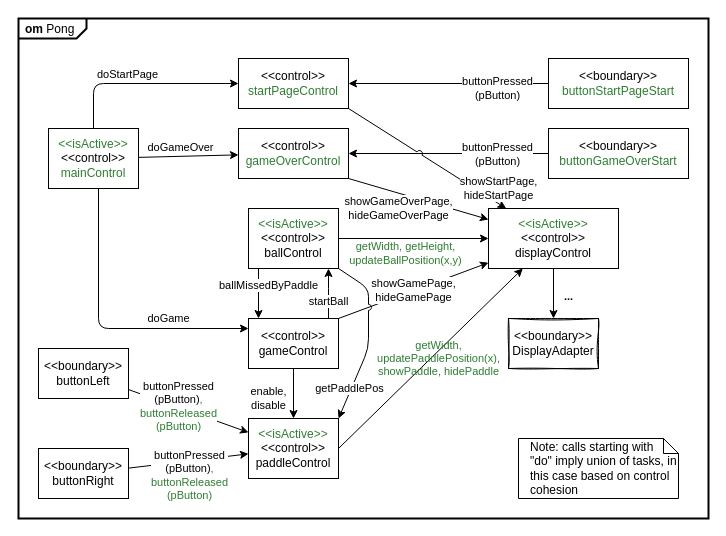
Earlier version of the draw.io diagram page "OM" (3 of 11) of apps/pong_simple/models/drawio/pong_cg.drawio (nepbuur1/test_lasergame_2_rework_CleanGUI_godmode). Source tidied: cells renumbered, new cells numbered last; positions are measured from the earlier drawing's top-left corner, leaving out a move shared by most shapes. Both pictures are drawn from the tidied source at 100%, with x=0, y=0 at pixel (18, 18).
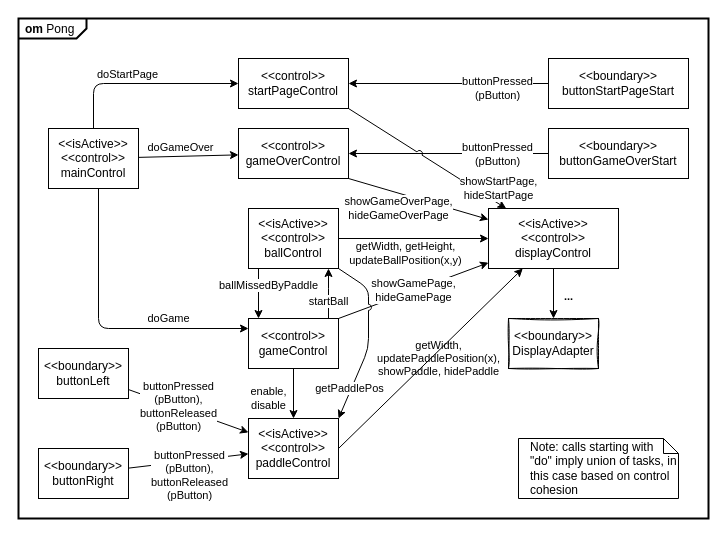
The same page after the edit.

The change refers to these unchanged cells:
```xml
<mxCell id="6" value="&amp;lt;&amp;lt;boundary&amp;gt;&amp;gt;&lt;br&gt;buttonLeft" style="rounded=0;whiteSpace=wrap;html=1;" parent="1" vertex="1">
  <mxGeometry x="20" y="330" width="90" height="50" as="geometry" />
</mxCell>
<mxCell id="7" value="&amp;lt;&amp;lt;boundary&amp;gt;&amp;gt;&lt;br&gt;buttonRight" style="rounded=0;whiteSpace=wrap;html=1;" parent="1" vertex="1">
  <mxGeometry x="20" y="430" width="90" height="50" as="geometry" />
</mxCell>
```

Diff of the diagram source:
```diff
@@
-    <mxCell id="10" value="&lt;font color=&quot;#2e7d32&quot;&gt;&amp;lt;&amp;lt;isActive&amp;gt;&amp;gt;&lt;br&gt;&lt;/font&gt;&amp;lt;&amp;lt;control&amp;gt;&amp;gt;&lt;br&gt;ballControl" style="rounded=0;whiteSpace=wrap;html=1;" parent="1" vertex="1">
+    <mxCell id="10" value="&lt;font&gt;&amp;lt;&amp;lt;isActive&amp;gt;&amp;gt;&lt;br&gt;&lt;/font&gt;&amp;lt;&amp;lt;control&amp;gt;&amp;gt;&lt;br&gt;ballControl" style="rounded=0;whiteSpace=wrap;html=1;" parent="1" vertex="1">
       <mxGeometry x="230" y="190" width="90" height="60" as="geometry" />
     </mxCell>
-    <mxCell id="11" value="&lt;font color=&quot;#2e7d32&quot;&gt;&amp;lt;&amp;lt;isActive&amp;gt;&amp;gt;&lt;br&gt;&lt;/font&gt;&amp;lt;&amp;lt;control&amp;gt;&amp;gt;&lt;br&gt;displayControl" style="rounded=0;whiteSpace=wrap;html=1;" parent="1" vertex="1">
+    <mxCell id="11" value="&lt;font&gt;&amp;lt;&amp;lt;isActive&amp;gt;&amp;gt;&lt;br&gt;&lt;/font&gt;&amp;lt;&amp;lt;control&amp;gt;&amp;gt;&lt;br&gt;displayControl" style="rounded=0;whiteSpace=wrap;html=1;" parent="1" vertex="1">
       <mxGeometry x="470" y="190" width="130" height="60" as="geometry" />
     </mxCell>
@@
-    <mxCell id="13" value="&lt;font color=&quot;#2e7d32&quot;&gt;&amp;lt;&amp;lt;isActive&amp;gt;&amp;gt;&lt;br&gt;&lt;/font&gt;&amp;lt;&amp;lt;control&amp;gt;&amp;gt;&lt;br&gt;paddleControl" style="rounded=0;whiteSpace=wrap;html=1;" parent="1" vertex="1">
+    <mxCell id="13" value="&lt;font&gt;&amp;lt;&amp;lt;isActive&amp;gt;&amp;gt;&lt;br&gt;&lt;/font&gt;&amp;lt;&amp;lt;control&amp;gt;&amp;gt;&lt;br&gt;paddleControl" style="rounded=0;whiteSpace=wrap;html=1;" parent="1" vertex="1">
       <mxGeometry x="230" y="400" width="90" height="60" as="geometry" />
     </mxCell>
-    <mxCell id="14" value="buttonPressed&lt;br style=&quot;border-color: var(--border-color);&quot;&gt;(pButton)&lt;font color=&quot;#2e7d32&quot;&gt;,&lt;br&gt;buttonReleased&lt;br&gt;(pButton)&lt;/font&gt;" style="rounded=1;jettySize=auto;html=1;" parent="1" edge="1" source="6" target="13">
+    <mxCell id="14" value="buttonPressed&lt;br style=&quot;border-color: var(--border-color);&quot;&gt;(pButton)&lt;font&gt;,&lt;br&gt;buttonReleased&lt;br&gt;(pButton)&lt;/font&gt;" style="rounded=1;jettySize=auto;html=1;" parent="1" edge="1" source="6" target="13">
       <mxGeometry x="-0.17" y="1" relative="1" as="geometry" />
     </mxCell>
-    <mxCell id="15" value="buttonPressed&lt;br style=&quot;border-color: var(--border-color);&quot;&gt;(pButton)&lt;font color=&quot;#2e7d32&quot;&gt;,&lt;br&gt;buttonReleased&lt;br&gt;(pButton)&lt;/font&gt;" style="rounded=1;jettySize=auto;html=1;" parent="1" edge="1" source="7" target="13">
+    <mxCell id="15" value="buttonPressed&lt;br style=&quot;border-color: var(--border-color);&quot;&gt;(pButton)&lt;font&gt;,&lt;br&gt;buttonReleased&lt;br&gt;(pButton)&lt;/font&gt;" style="rounded=1;jettySize=auto;html=1;" parent="1" edge="1" source="7" target="13">
       <mxGeometry y="-15" relative="1" as="geometry" />
     </mxCell>
-    <mxCell id="16" value="&lt;font color=&quot;#2e7d32&quot;&gt;getWidth, getHeight,&lt;br&gt;updateBallPosition(x,y)&lt;/font&gt;" style="rounded=0;jettySize=auto;html=1;labelBackgroundColor=none;" parent="1" edge="1" source="10" target="11">
+    <mxCell id="16" value="&lt;font&gt;getWidth, getHeight,&lt;br&gt;updateBallPosition(x,y)&lt;/font&gt;" style="rounded=0;jettySize=auto;html=1;labelBackgroundColor=none;" parent="1" edge="1" source="10" target="11">
       <mxGeometry x="-0.11" y="-15" relative="1" as="geometry" />
     </mxCell>
-    <mxCell id="17" value="&lt;font color=&quot;#2e7d32&quot;&gt;getWidth,&lt;br&gt;updatePaddlePosition(x),&lt;br&gt;showPaddle, hidePaddle&lt;/font&gt;" style="rounded=0;jettySize=auto;html=1;labelBackgroundColor=none;exitX=1;exitY=0.5;exitDx=0;exitDy=0;" parent="1" edge="1" source="13" target="11">
+    <mxCell id="17" value="&lt;font&gt;getWidth,&lt;br&gt;updatePaddlePosition(x),&lt;br&gt;showPaddle, hidePaddle&lt;/font&gt;" style="rounded=0;jettySize=auto;html=1;labelBackgroundColor=none;exitX=1;exitY=0.5;exitDx=0;exitDy=0;" parent="1" edge="1" source="13" target="11">
       <mxGeometry x="0.04" y="-5" relative="1" as="geometry">
         <mxPoint x="1" as="offset" />
       </mxGeometry>
     </mxCell>
@@
-    <mxCell id="21" value="&lt;font color=&quot;#2e7d32&quot;&gt;&amp;lt;&amp;lt;isActive&amp;gt;&amp;gt;&lt;br&gt;&lt;/font&gt;&amp;lt;&amp;lt;control&amp;gt;&amp;gt;&lt;br&gt;&lt;font color=&quot;#2e7d32&quot;&gt;mainControl&lt;/font&gt;" style="rounded=0;whiteSpace=wrap;html=1;" parent="1" vertex="1">
+    <mxCell id="21" value="&lt;font&gt;&amp;lt;&amp;lt;isActive&amp;gt;&amp;gt;&lt;br&gt;&lt;/font&gt;&amp;lt;&amp;lt;control&amp;gt;&amp;gt;&lt;br&gt;&lt;font&gt;mainControl&lt;/font&gt;" style="rounded=0;whiteSpace=wrap;html=1;" parent="1" vertex="1">
       <mxGeometry x="30" y="110" width="90" height="60" as="geometry" />
     </mxCell>
-    <mxCell id="22" value="&amp;lt;&amp;lt;control&amp;gt;&amp;gt;&lt;br&gt;&lt;font color=&quot;#2e7d32&quot;&gt;startPageControl&lt;/font&gt;" style="rounded=0;whiteSpace=wrap;html=1;" parent="1" vertex="1">
+    <mxCell id="22" value="&amp;lt;&amp;lt;control&amp;gt;&amp;gt;&lt;br&gt;&lt;font&gt;startPageControl&lt;/font&gt;" style="rounded=0;whiteSpace=wrap;html=1;" parent="1" vertex="1">
       <mxGeometry x="220" y="40" width="110" height="50" as="geometry" />
     </mxCell>
-    <mxCell id="23" value="&amp;lt;&amp;lt;control&amp;gt;&amp;gt;&lt;br&gt;&lt;font color=&quot;#2e7d32&quot;&gt;gameOverControl&lt;/font&gt;" style="rounded=0;whiteSpace=wrap;html=1;" parent="1" vertex="1">
+    <mxCell id="23" value="&amp;lt;&amp;lt;control&amp;gt;&amp;gt;&lt;br&gt;&lt;font&gt;gameOverControl&lt;/font&gt;" style="rounded=0;whiteSpace=wrap;html=1;" parent="1" vertex="1">
       <mxGeometry x="220" y="110" width="110" height="50" as="geometry" />
     </mxCell>
@@
-    <mxCell id="27" value="&amp;lt;&amp;lt;boundary&amp;gt;&amp;gt;&lt;br&gt;&lt;font color=&quot;#2e7d32&quot;&gt;buttonStartPageStart&lt;/font&gt;" style="rounded=0;whiteSpace=wrap;html=1;" parent="1" vertex="1">
+    <mxCell id="27" value="&amp;lt;&amp;lt;boundary&amp;gt;&amp;gt;&lt;br&gt;&lt;font&gt;buttonStartPageStart&lt;/font&gt;" style="rounded=0;whiteSpace=wrap;html=1;" parent="1" vertex="1">
       <mxGeometry x="530" y="40" width="140" height="50" as="geometry" />
     </mxCell>
@@
-    <mxCell id="29" value="&amp;lt;&amp;lt;boundary&amp;gt;&amp;gt;&lt;br&gt;&lt;font color=&quot;#2e7d32&quot;&gt;buttonGameOverStart&lt;/font&gt;" style="rounded=0;whiteSpace=wrap;html=1;" parent="1" vertex="1">
+    <mxCell id="29" value="&amp;lt;&amp;lt;boundary&amp;gt;&amp;gt;&lt;br&gt;&lt;font&gt;buttonGameOverStart&lt;/font&gt;" style="rounded=0;whiteSpace=wrap;html=1;" parent="1" vertex="1">
       <mxGeometry x="530" y="110" width="140" height="50" as="geometry" />
     </mxCell>
```
